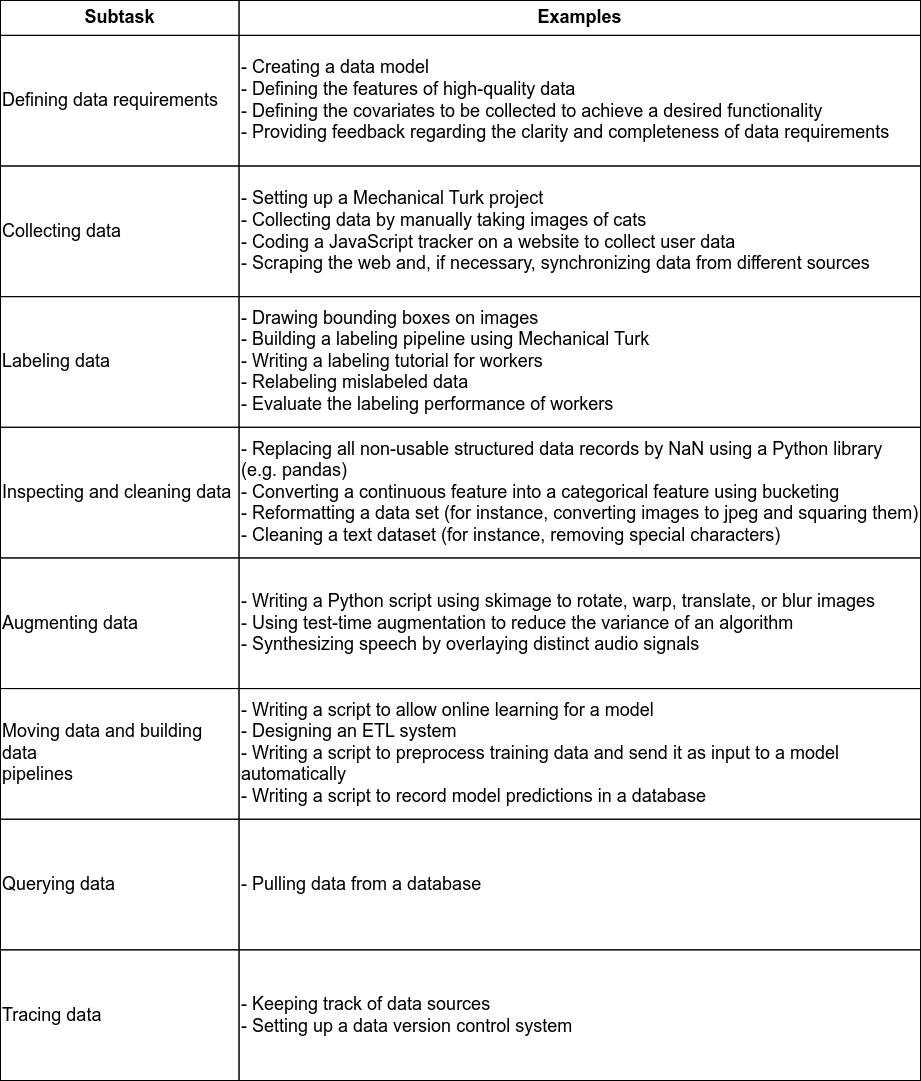
The draw.io diagram diagrams/tasks_data_engineering.drawio.png in ryndovaira-org/data_science_lectures, before a commit. Source tidied: cells renumbered, new cells last; positions are measured from the earlier drawing's top-left corner, leaving out a move shared by most shapes.
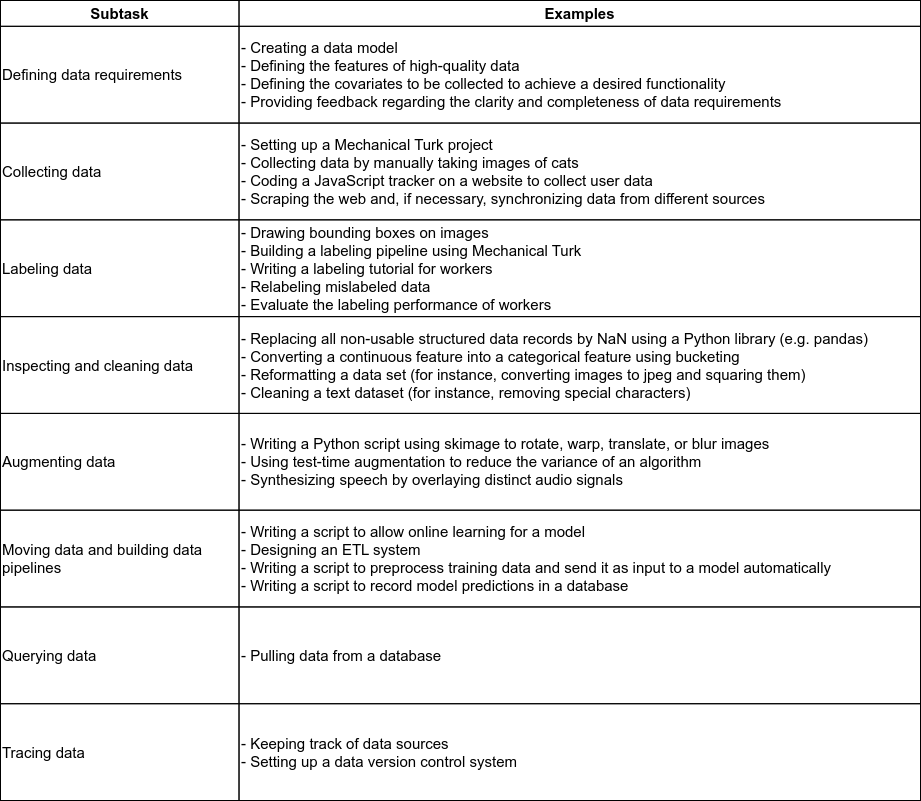
After the commit.

What changed in the source:
```diff
@@ -2,62 +2,62 @@
   <root>
     <mxCell id="0" />
     <mxCell id="1" parent="0" />
-    <mxCell id="2" style="group;fontSize=18;" parent="1" vertex="1">
-      <mxGeometry width="920" height="1080" as="geometry" />
+    <mxCell id="2" style="group;fontSize=15;" parent="1" vertex="1">
+      <mxGeometry width="920" height="800" as="geometry" />
     </mxCell>
-    <mxCell id="3" value="&lt;font style=&quot;font-size: 18px;&quot;&gt;Subtask&lt;/font&gt;" style="rounded=0;whiteSpace=wrap;html=1;fillColor=none;fontSize=18;fontStyle=1;" parent="2" vertex="1">
-      <mxGeometry width="238.5" height="34.8" as="geometry" />
+    <mxCell id="3" value="&lt;font style=&quot;font-size: 15px;&quot;&gt;Subtask&lt;/font&gt;" style="rounded=0;whiteSpace=wrap;html=1;fillColor=none;fontSize=15;fontStyle=1;" parent="2" vertex="1">
+      <mxGeometry width="238.5" height="25.8" as="geometry" />
     </mxCell>
-    <mxCell id="4" value="&lt;font style=&quot;font-size: 18px;&quot;&gt;Examples&lt;/font&gt;" style="rounded=0;whiteSpace=wrap;html=1;fillColor=none;fontSize=18;fontStyle=1;" parent="2" vertex="1">
-      <mxGeometry x="238.5" width="681.5" height="34.8" as="geometry" />
+    <mxCell id="4" value="&lt;font style=&quot;font-size: 15px;&quot;&gt;Examples&lt;/font&gt;" style="rounded=0;whiteSpace=wrap;html=1;fillColor=none;fontSize=15;fontStyle=1;" parent="2" vertex="1">
+      <mxGeometry x="238.5" width="681.5" height="25.8" as="geometry" />
     </mxCell>
-    <mxCell id="5" value="&lt;div style=&quot;font-size: 18px;&quot;&gt;Defining data requirements&lt;br style=&quot;font-size: 18px;&quot;&gt;&lt;/div&gt;" style="rounded=0;whiteSpace=wrap;html=1;align=left;fontSize=18;fillColor=none;" parent="2" vertex="1">
-      <mxGeometry y="34.8" width="238.5" height="130.6" as="geometry" />
+    <mxCell id="5" value="&lt;div style=&quot;font-size: 15px;&quot;&gt;Defining data requirements&lt;br style=&quot;font-size: 15px;&quot;&gt;&lt;/div&gt;" style="rounded=0;whiteSpace=wrap;html=1;align=left;fontSize=15;fillColor=none;" parent="2" vertex="1">
+      <mxGeometry y="25.8" width="238.5" height="96.8" as="geometry" />
     </mxCell>
-    <mxCell id="6" value="- Creating a data model&lt;br style=&quot;font-size: 18px;&quot;&gt;- Defining the features of high-quality data&lt;br style=&quot;font-size: 18px;&quot;&gt;- Defining the covariates to be collected to achieve a desired functionality&lt;br style=&quot;font-size: 18px;&quot;&gt;- Providing feedback regarding the clarity and completeness of data requirements&lt;br style=&quot;font-size: 18px;&quot;&gt;" style="rounded=0;whiteSpace=wrap;html=1;align=left;fontSize=18;fillColor=none;" parent="2" vertex="1">
-      <mxGeometry x="238.5" y="34.8" width="681.5" height="130.6" as="geometry" />
+    <mxCell id="6" value="- Creating a data model&lt;br style=&quot;font-size: 15px;&quot;&gt;- Defining the features of high-quality data&lt;br style=&quot;font-size: 15px;&quot;&gt;- Defining the covariates to be collected to achieve a desired functionality&lt;br style=&quot;font-size: 15px;&quot;&gt;- Providing feedback regarding the clarity and completeness of data requirements&lt;br style=&quot;font-size: 15px;&quot;&gt;" style="rounded=0;whiteSpace=wrap;html=1;align=left;fontSize=15;fillColor=none;" parent="2" vertex="1">
+      <mxGeometry x="238.5" y="25.8" width="681.5" height="96.8" as="geometry" />
     </mxCell>
-    <mxCell id="7" value="&lt;div style=&quot;font-size: 18px;&quot;&gt;Collecting data&lt;br style=&quot;font-size: 18px;&quot;&gt;&lt;/div&gt;" style="rounded=0;html=1;fontSize=18;align=left;labelBackgroundColor=none;fillColor=none;whiteSpace=wrap;" parent="2" vertex="1">
-      <mxGeometry y="165.5" width="238.5" height="130.6" as="geometry" />
+    <mxCell id="7" value="&lt;div style=&quot;font-size: 15px;&quot;&gt;Collecting data&lt;br style=&quot;font-size: 15px;&quot;&gt;&lt;/div&gt;" style="rounded=0;html=1;fontSize=15;align=left;labelBackgroundColor=none;fillColor=none;whiteSpace=wrap;" parent="2" vertex="1">
+      <mxGeometry y="122.6" width="238.5" height="96.8" as="geometry" />
     </mxCell>
-    <mxCell id="8" value="&lt;div style=&quot;font-size: 18px;&quot;&gt;- Setting up a Mechanical Turk project&lt;/div&gt;&lt;div style=&quot;font-size: 18px;&quot;&gt;- Collecting data by manually taking images of cats&lt;/div&gt;&lt;div style=&quot;font-size: 18px;&quot;&gt;- Coding a JavaScript tracker on a website to collect user data&lt;/div&gt;&lt;div style=&quot;font-size: 18px;&quot;&gt;- Scraping the web and, if necessary, synchronizing data from different sources&lt;/div&gt;" style="rounded=0;html=1;fontSize=18;align=left;labelBackgroundColor=none;fillColor=none;whiteSpace=wrap;" parent="2" vertex="1">
-      <mxGeometry x="238.5" y="165.5" width="681.5" height="130.6" as="geometry" />
+    <mxCell id="8" value="&lt;div style=&quot;font-size: 15px;&quot;&gt;- Setting up a Mechanical Turk project&lt;/div&gt;&lt;div style=&quot;font-size: 15px;&quot;&gt;- Collecting data by manually taking images of cats&lt;/div&gt;&lt;div style=&quot;font-size: 15px;&quot;&gt;- Coding a JavaScript tracker on a website to collect user data&lt;/div&gt;&lt;div style=&quot;font-size: 15px;&quot;&gt;- Scraping the web and, if necessary, synchronizing data from different sources&lt;/div&gt;" style="rounded=0;html=1;fontSize=15;align=left;labelBackgroundColor=none;fillColor=none;whiteSpace=wrap;" parent="2" vertex="1">
+      <mxGeometry x="238.5" y="122.6" width="681.5" height="96.8" as="geometry" />
     </mxCell>
-    <mxCell id="9" value="Labeling data" style="rounded=0;html=1;fontSize=18;align=left;labelBackgroundColor=none;fillColor=none;whiteSpace=wrap;" parent="2" vertex="1">
-      <mxGeometry y="296.1" width="238.5" height="130.6" as="geometry" />
+    <mxCell id="9" value="Labeling data" style="rounded=0;html=1;fontSize=15;align=left;labelBackgroundColor=none;fillColor=none;whiteSpace=wrap;" parent="2" vertex="1">
+      <mxGeometry y="219.4" width="238.5" height="96.8" as="geometry" />
     </mxCell>
-    <mxCell id="10" value="&lt;div style=&quot;font-size: 18px;&quot;&gt;- Drawing bounding boxes on images&lt;/div&gt;&lt;div style=&quot;font-size: 18px;&quot;&gt;- Building a labeling pipeline using Mechanical Turk&lt;/div&gt;&lt;div style=&quot;font-size: 18px;&quot;&gt;- Writing a labeling tutorial for workers&lt;/div&gt;&lt;div style=&quot;font-size: 18px;&quot;&gt;- Relabeling mislabeled data&lt;/div&gt;&lt;div style=&quot;font-size: 18px;&quot;&gt;- Evaluate the labeling performance of workers&lt;/div&gt;" style="rounded=0;html=1;fontSize=18;align=left;labelBackgroundColor=none;fillColor=none;whiteSpace=wrap;" parent="2" vertex="1">
-      <mxGeometry x="238.5" y="296.1" width="681.5" height="130.6" as="geometry" />
+    <mxCell id="10" value="&lt;div style=&quot;font-size: 15px;&quot;&gt;- Drawing bounding boxes on images&lt;/div&gt;&lt;div style=&quot;font-size: 15px;&quot;&gt;- Building a labeling pipeline using Mechanical Turk&lt;/div&gt;&lt;div style=&quot;font-size: 15px;&quot;&gt;- Writing a labeling tutorial for workers&lt;/div&gt;&lt;div style=&quot;font-size: 15px;&quot;&gt;- Relabeling mislabeled data&lt;/div&gt;&lt;div style=&quot;font-size: 15px;&quot;&gt;- Evaluate the labeling performance of workers&lt;/div&gt;" style="rounded=0;html=1;fontSize=15;align=left;labelBackgroundColor=none;fillColor=none;whiteSpace=wrap;" parent="2" vertex="1">
+      <mxGeometry x="238.5" y="219.4" width="681.5" height="96.8" as="geometry" />
     </mxCell>
-    <mxCell id="11" value="Inspecting and cleaning data" style="rounded=0;html=1;fontSize=18;align=left;labelBackgroundColor=none;fillColor=none;whiteSpace=wrap;" parent="2" vertex="1">
-      <mxGeometry y="426.8" width="238.5" height="130.6" as="geometry" />
+    <mxCell id="11" value="Inspecting and cleaning data" style="rounded=0;html=1;fontSize=15;align=left;labelBackgroundColor=none;fillColor=none;whiteSpace=wrap;" parent="2" vertex="1">
+      <mxGeometry y="316.1" width="238.5" height="96.8" as="geometry" />
     </mxCell>
-    <mxCell id="12" value="&lt;div style=&quot;font-size: 18px;&quot;&gt;- Replacing all non-usable structured data records by NaN using a Python&amp;nbsp;&lt;span style=&quot;background-color: initial; font-size: 18px;&quot;&gt;library (e.g. pandas)&lt;/span&gt;&lt;/div&gt;&lt;div style=&quot;font-size: 18px;&quot;&gt;- Converting a continuous feature into a categorical feature using bucketing&lt;/div&gt;&lt;div style=&quot;font-size: 18px;&quot;&gt;- Reformatting a data set (for instance, converting images to jpeg and squaring them)&lt;/div&gt;&lt;div style=&quot;font-size: 18px;&quot;&gt;- Cleaning a text dataset (for instance, removing special characters)&lt;/div&gt;" style="rounded=0;html=1;fontSize=18;align=left;labelBackgroundColor=none;fillColor=none;whiteSpace=wrap;" parent="2" vertex="1">
-      <mxGeometry x="238.5" y="426.8" width="681.5" height="130.6" as="geometry" />
+    <mxCell id="12" value="&lt;div style=&quot;font-size: 15px;&quot;&gt;- Replacing all non-usable structured data records by NaN using a Python&amp;nbsp;&lt;span style=&quot;background-color: initial; font-size: 15px;&quot;&gt;library (e.g. pandas)&lt;/span&gt;&lt;/div&gt;&lt;div style=&quot;font-size: 15px;&quot;&gt;- Converting a continuous feature into a categorical feature using bucketing&lt;/div&gt;&lt;div style=&quot;font-size: 15px;&quot;&gt;- Reformatting a data set (for instance, converting images to jpeg and squaring them)&lt;/div&gt;&lt;div style=&quot;font-size: 15px;&quot;&gt;- Cleaning a text dataset (for instance, removing special characters)&lt;/div&gt;" style="rounded=0;html=1;fontSize=15;align=left;labelBackgroundColor=none;fillColor=none;whiteSpace=wrap;" parent="2" vertex="1">
+      <mxGeometry x="238.5" y="316.1" width="681.5" height="96.8" as="geometry" />
     </mxCell>
-    <mxCell id="13" value="Augmenting data" style="rounded=0;html=1;fontSize=18;align=left;labelBackgroundColor=none;fillColor=none;whiteSpace=wrap;" parent="2" vertex="1">
-      <mxGeometry y="557.4" width="238.5" height="130.6" as="geometry" />
+    <mxCell id="13" value="Augmenting data" style="rounded=0;html=1;fontSize=15;align=left;labelBackgroundColor=none;fillColor=none;whiteSpace=wrap;" parent="2" vertex="1">
+      <mxGeometry y="412.9" width="238.5" height="96.8" as="geometry" />
     </mxCell>
-    <mxCell id="14" value="&lt;div style=&quot;font-size: 18px;&quot;&gt;- Writing a Python script using skimage to rotate, warp, translate, or blur images&lt;/div&gt;&lt;div style=&quot;font-size: 18px;&quot;&gt;- Using test-time augmentation to reduce the variance of an algorithm&lt;/div&gt;&lt;div style=&quot;font-size: 18px;&quot;&gt;- Synthesizing speech by overlaying distinct audio signals&lt;/div&gt;" style="rounded=0;html=1;fontSize=18;align=left;labelBackgroundColor=none;fillColor=none;whiteSpace=wrap;" parent="2" vertex="1">
-      <mxGeometry x="238.5" y="557.4" width="681.5" height="130.6" as="geometry" />
+    <mxCell id="14" value="&lt;div style=&quot;font-size: 15px;&quot;&gt;- Writing a Python script using skimage to rotate, warp, translate, or blur images&lt;/div&gt;&lt;div style=&quot;font-size: 15px;&quot;&gt;- Using test-time augmentation to reduce the variance of an algorithm&lt;/div&gt;&lt;div style=&quot;font-size: 15px;&quot;&gt;- Synthesizing speech by overlaying distinct audio signals&lt;/div&gt;" style="rounded=0;html=1;fontSize=15;align=left;labelBackgroundColor=none;fillColor=none;whiteSpace=wrap;" parent="2" vertex="1">
+      <mxGeometry x="238.5" y="412.9" width="681.5" height="96.8" as="geometry" />
     </mxCell>
-    <mxCell id="15" value="&lt;div style=&quot;font-size: 18px;&quot;&gt;Moving data and building data&lt;/div&gt;&lt;div style=&quot;font-size: 18px;&quot;&gt;pipelines&lt;/div&gt;" style="rounded=0;html=1;fontSize=18;align=left;labelBackgroundColor=none;fillColor=none;whiteSpace=wrap;" parent="2" vertex="1">
-      <mxGeometry y="688.1" width="238.5" height="130.6" as="geometry" />
+    <mxCell id="15" value="&lt;div style=&quot;font-size: 15px;&quot;&gt;Moving data and building data&lt;/div&gt;&lt;div style=&quot;font-size: 15px;&quot;&gt;pipelines&lt;/div&gt;" style="rounded=0;html=1;fontSize=15;align=left;labelBackgroundColor=none;fillColor=none;whiteSpace=wrap;" parent="2" vertex="1">
+      <mxGeometry y="509.7" width="238.5" height="96.8" as="geometry" />
     </mxCell>
-    <mxCell id="16" value="&lt;div style=&quot;font-size: 18px;&quot;&gt;- Writing a script to allow online learning for a model&lt;/div&gt;&lt;div style=&quot;font-size: 18px;&quot;&gt;- Designing an ETL system&lt;/div&gt;&lt;div style=&quot;font-size: 18px;&quot;&gt;- Writing a script to preprocess training data and send it as input to a model automatically&lt;/div&gt;&lt;div style=&quot;font-size: 18px;&quot;&gt;- Writing a script to record model predictions in a database&lt;/div&gt;" style="rounded=0;html=1;fontSize=18;align=left;labelBackgroundColor=none;fillColor=none;whiteSpace=wrap;" parent="2" vertex="1">
-      <mxGeometry x="238.5" y="688.1" width="681.5" height="130.6" as="geometry" />
+    <mxCell id="16" value="&lt;div style=&quot;font-size: 15px;&quot;&gt;- Writing a script to allow online learning for a model&lt;/div&gt;&lt;div style=&quot;font-size: 15px;&quot;&gt;- Designing an ETL system&lt;/div&gt;&lt;div style=&quot;font-size: 15px;&quot;&gt;- Writing a script to preprocess training data and send it as input to a model automatically&lt;/div&gt;&lt;div style=&quot;font-size: 15px;&quot;&gt;- Writing a script to record model predictions in a database&lt;/div&gt;" style="rounded=0;html=1;fontSize=15;align=left;labelBackgroundColor=none;fillColor=none;whiteSpace=wrap;" parent="2" vertex="1">
+      <mxGeometry x="238.5" y="509.7" width="681.5" height="96.8" as="geometry" />
     </mxCell>
-    <mxCell id="17" value="Querying data" style="rounded=0;html=1;fontSize=18;align=left;labelBackgroundColor=none;fillColor=none;whiteSpace=wrap;" parent="2" vertex="1">
-      <mxGeometry y="818.7" width="238.5" height="130.6" as="geometry" />
+    <mxCell id="17" value="Querying data" style="rounded=0;html=1;fontSize=15;align=left;labelBackgroundColor=none;fillColor=none;whiteSpace=wrap;" parent="2" vertex="1">
+      <mxGeometry y="606.5" width="238.5" height="96.8" as="geometry" />
     </mxCell>
-    <mxCell id="18" value="- Pulling data from a database" style="rounded=0;html=1;fontSize=18;align=left;labelBackgroundColor=none;fillColor=none;whiteSpace=wrap;" parent="2" vertex="1">
-      <mxGeometry x="238.5" y="818.7" width="681.5" height="130.6" as="geometry" />
+    <mxCell id="18" value="- Pulling data from a database" style="rounded=0;html=1;fontSize=15;align=left;labelBackgroundColor=none;fillColor=none;whiteSpace=wrap;" parent="2" vertex="1">
+      <mxGeometry x="238.5" y="606.5" width="681.5" height="96.8" as="geometry" />
     </mxCell>
-    <mxCell id="19" value="Tracing data" style="rounded=0;html=1;fontSize=18;align=left;labelBackgroundColor=none;fillColor=none;whiteSpace=wrap;" parent="2" vertex="1">
-      <mxGeometry y="949.4" width="238.5" height="130.6" as="geometry" />
+    <mxCell id="19" value="Tracing data" style="rounded=0;html=1;fontSize=15;align=left;labelBackgroundColor=none;fillColor=none;whiteSpace=wrap;" parent="2" vertex="1">
+      <mxGeometry y="703.2" width="238.5" height="96.8" as="geometry" />
     </mxCell>
-    <mxCell id="20" value="&lt;div style=&quot;font-size: 18px;&quot;&gt;- Keeping track of data sources&lt;/div&gt;&lt;div style=&quot;font-size: 18px;&quot;&gt;- Setting up a data version control system&lt;/div&gt;" style="rounded=0;html=1;fontSize=18;align=left;labelBackgroundColor=none;fillColor=none;whiteSpace=wrap;" parent="2" vertex="1">
-      <mxGeometry x="238.5" y="949.4" width="681.5" height="130.6" as="geometry" />
+    <mxCell id="20" value="&lt;div style=&quot;font-size: 15px;&quot;&gt;- Keeping track of data sources&lt;/div&gt;&lt;div style=&quot;font-size: 15px;&quot;&gt;- Setting up a data version control system&lt;/div&gt;" style="rounded=0;html=1;fontSize=15;align=left;labelBackgroundColor=none;fillColor=none;whiteSpace=wrap;" parent="2" vertex="1">
+      <mxGeometry x="238.5" y="703.2" width="681.5" height="96.8" as="geometry" />
     </mxCell>
   </root>
 </mxGraphModel>
```
